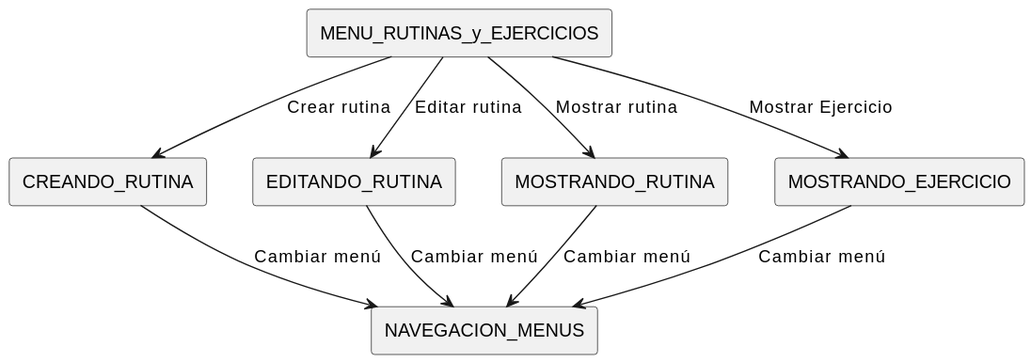
Before: Documentos/Imagenes/DiagramasContexto/DiagramasDeContextoAlumno/DiagramaDeContextoMenuRutinasyEjerciciosAlumno.svg, a diagram exported from PlantUML (mmasias/24-25-IdSw1-SDR). Its diagram source:
```plantuml
@startuml
!define RECTANGLE(x) rectangle x

RECTANGLE(NAVEGACION_MENUS)

RECTANGLE(MENU_RUTINAS_y_EJERCICIOS)

RECTANGLE(CREANDO_RUTINA)
RECTANGLE(EDITANDO_RUTINA)
RECTANGLE(MOSTRANDO_RUTINA)
RECTANGLE(MOSTRANDO_EJERCICIO)

MENU_RUTINAS_y_EJERCICIOS --> CREANDO_RUTINA : Crear rutina
MENU_RUTINAS_y_EJERCICIOS --> EDITANDO_RUTINA : Editar rutina
MENU_RUTINAS_y_EJERCICIOS --> MOSTRANDO_RUTINA : Mostrar rutina
MENU_RUTINAS_y_EJERCICIOS --> MOSTRANDO_EJERCICIO : Mostrar Ejercicio
CREANDO_RUTINA --> NAVEGACION_MENUS : Cambiar menú
EDITANDO_RUTINA --> NAVEGACION_MENUS : Cambiar menú
MOSTRANDO_RUTINA --> NAVEGACION_MENUS : Cambiar menú
MOSTRANDO_EJERCICIO --> NAVEGACION_MENUS : Cambiar menú
@enduml
```
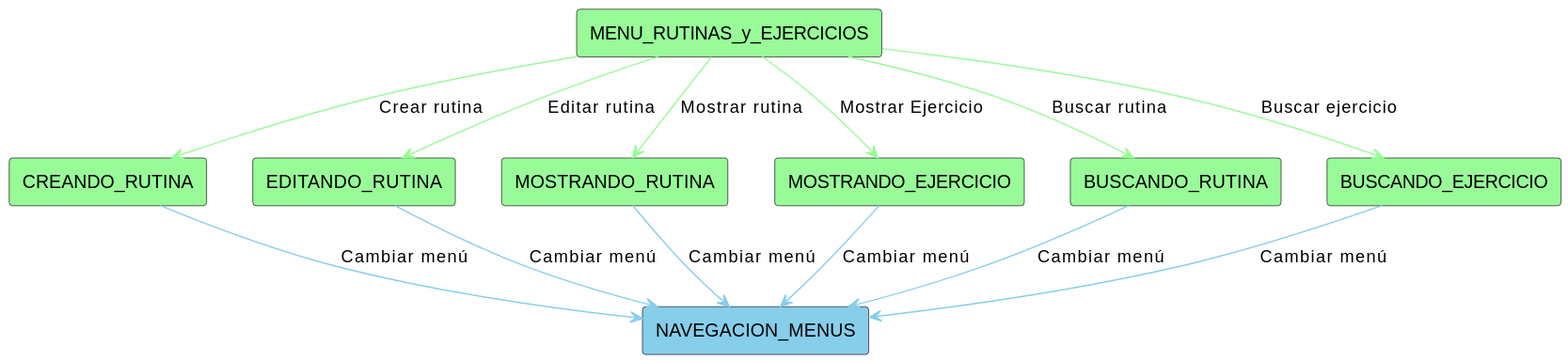
After the commit.

Commit message:
Contexto Alumnos

Diff of the diagram source:
```diff
@@ -1,21 +1,27 @@
 @startuml
-!define RECTANGLE(x) rectangle x
+!define RECTANGLE(x, color) rectangle x #color
 
-RECTANGLE(NAVEGACION_MENUS)
+RECTANGLE(NAVEGACION_MENUS, SkyBlue)
 
-RECTANGLE(MENU_RUTINAS_y_EJERCICIOS)
+RECTANGLE(MENU_RUTINAS_y_EJERCICIOS, PaleGreen)
 
-RECTANGLE(CREANDO_RUTINA)
-RECTANGLE(EDITANDO_RUTINA)
-RECTANGLE(MOSTRANDO_RUTINA)
-RECTANGLE(MOSTRANDO_EJERCICIO)
+RECTANGLE(CREANDO_RUTINA, PaleGreen)
+RECTANGLE(EDITANDO_RUTINA, PaleGreen)
+RECTANGLE(MOSTRANDO_RUTINA, PaleGreen)
+RECTANGLE(MOSTRANDO_EJERCICIO, PaleGreen)
+RECTANGLE(BUSCANDO_RUTINA, PaleGreen)
+RECTANGLE(BUSCANDO_EJERCICIO, PaleGreen)
 
-MENU_RUTINAS_y_EJERCICIOS --> CREANDO_RUTINA : Crear rutina
-MENU_RUTINAS_y_EJERCICIOS --> EDITANDO_RUTINA : Editar rutina
-MENU_RUTINAS_y_EJERCICIOS --> MOSTRANDO_RUTINA : Mostrar rutina
-MENU_RUTINAS_y_EJERCICIOS --> MOSTRANDO_EJERCICIO : Mostrar Ejercicio
-CREANDO_RUTINA --> NAVEGACION_MENUS : Cambiar menú
-EDITANDO_RUTINA --> NAVEGACION_MENUS : Cambiar menú
-MOSTRANDO_RUTINA --> NAVEGACION_MENUS : Cambiar menú
-MOSTRANDO_EJERCICIO --> NAVEGACION_MENUS : Cambiar menú
+MENU_RUTINAS_y_EJERCICIOS -[#PaleGreen]-> CREANDO_RUTINA : Crear rutina
+MENU_RUTINAS_y_EJERCICIOS -[#PaleGreen]-> EDITANDO_RUTINA : Editar rutina
+MENU_RUTINAS_y_EJERCICIOS -[#PaleGreen]-> MOSTRANDO_RUTINA : Mostrar rutina
+MENU_RUTINAS_y_EJERCICIOS -[#PaleGreen]-> MOSTRANDO_EJERCICIO : Mostrar Ejercicio
+MENU_RUTINAS_y_EJERCICIOS -[#PaleGreen]-> BUSCANDO_RUTINA : Buscar rutina
+MENU_RUTINAS_y_EJERCICIOS -[#PaleGreen]-> BUSCANDO_EJERCICIO : Buscar ejercicio
+CREANDO_RUTINA -[#SkyBlue]-> NAVEGACION_MENUS : Cambiar menú
+EDITANDO_RUTINA -[#SkyBlue]-> NAVEGACION_MENUS : Cambiar menú
+MOSTRANDO_RUTINA -[#SkyBlue]-> NAVEGACION_MENUS : Cambiar menú
+MOSTRANDO_EJERCICIO -[#SkyBlue]-> NAVEGACION_MENUS : Cambiar menú
+BUSCANDO_RUTINA -[#SkyBlue]-> NAVEGACION_MENUS : Cambiar menú
+BUSCANDO_EJERCICIO -[#SkyBlue]-> NAVEGACION_MENUS : Cambiar menú
 @enduml
```
